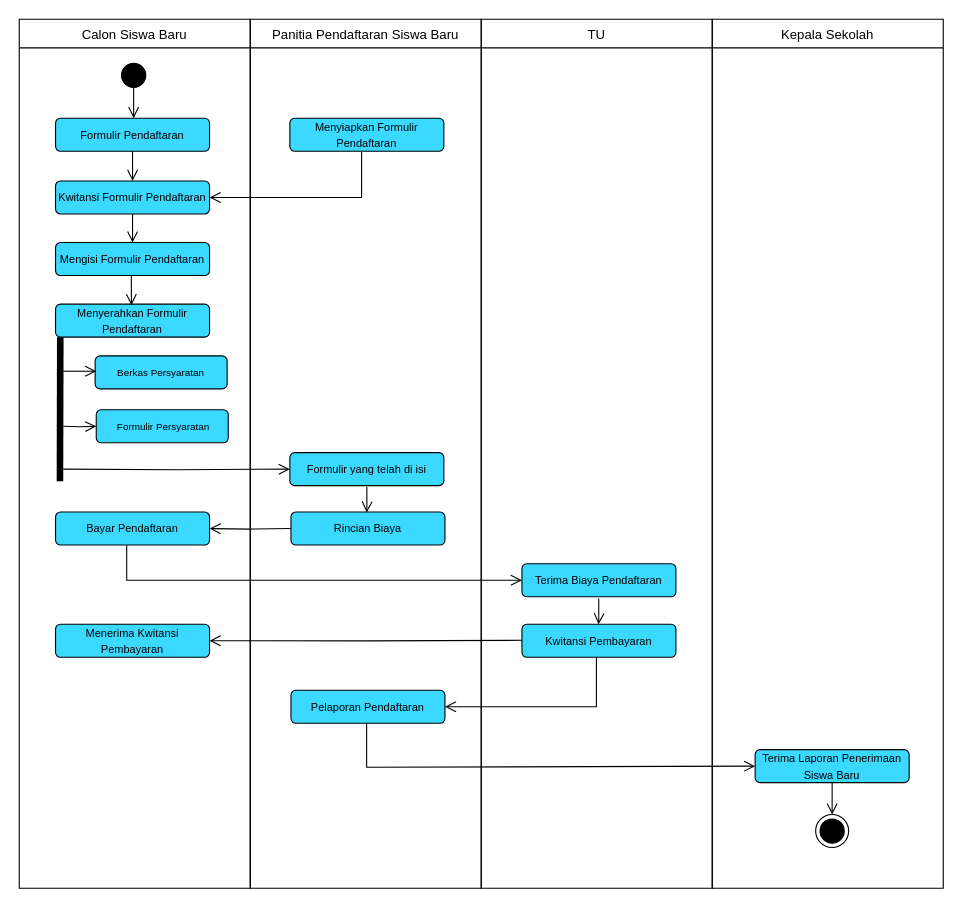
danangsptro/register-vhs keeps this draw.io diagram as activity.drawio. Above is the earlier version. Source tidied: cells renumbered, new cells numbered last; positions are measured from the earlier drawing's top-left corner, leaving out a move shared by most shapes. Both pictures are drawn from the tidied source at 110%, with x=0, y=0 at pixel (19, 19).
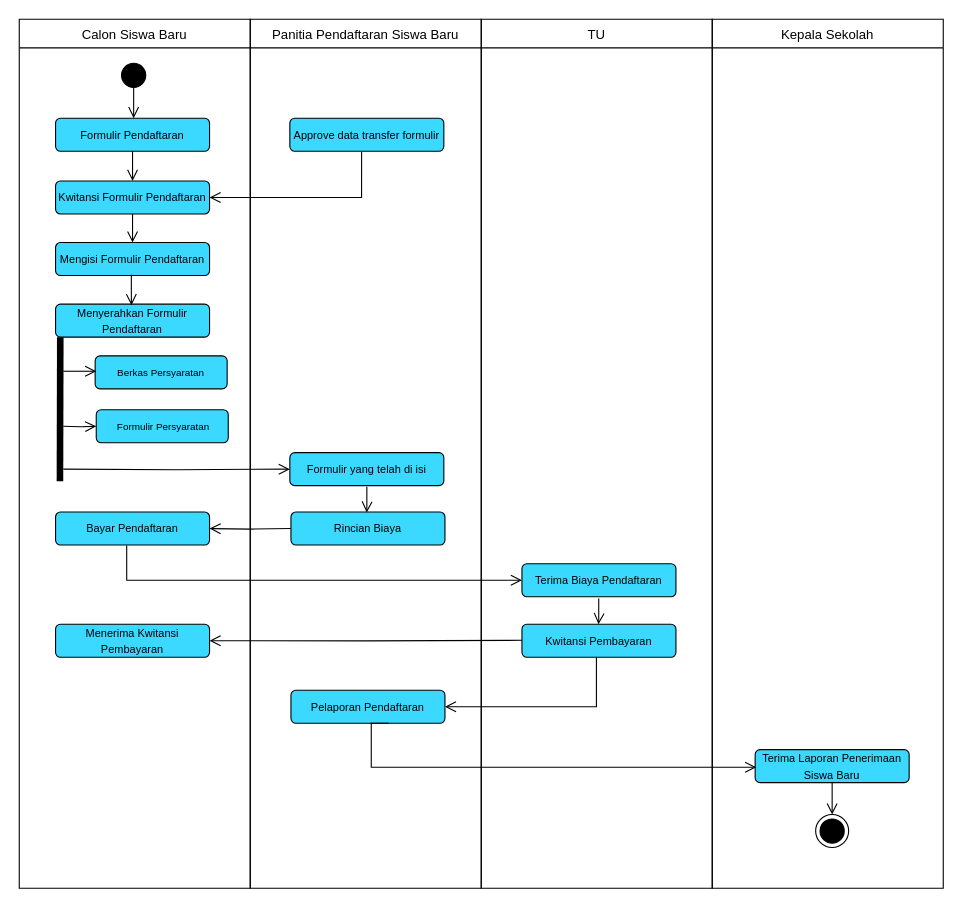
After the change.

The change refers to these unchanged cells:
```xml
<mxCell id="25" value="&lt;font style=&quot;font-size: 10px;&quot;&gt;Terima Laporan Penerimaan Siswa Baru&lt;/font&gt;" style="rounded=1;whiteSpace=wrap;html=1;strokeColor=default;fillColor=#3BD8FF;gradientColor=none;" parent="1" vertex="1">
  <mxGeometry x="669" y="664" width="140" height="30" as="geometry" />
</mxCell>
```

Diff of the diagram source:
```diff
@@
-    <mxCell id="12" value="&lt;font style=&quot;font-size: 10px;&quot;&gt;Menyiapkan Formulir Pendaftaran&lt;/font&gt;" style="rounded=1;whiteSpace=wrap;html=1;strokeColor=default;fillColor=#3BD8FF;gradientColor=none;" parent="1" vertex="1">
+    <mxCell id="12" value="&lt;font style=&quot;font-size: 10px;&quot;&gt;Approve data transfer formulir&lt;/font&gt;" style="rounded=1;whiteSpace=wrap;html=1;strokeColor=default;fillColor=#3BD8FF;gradientColor=none;" parent="1" vertex="1">
       <mxGeometry x="246" y="90" width="140" height="30" as="geometry" />
     </mxCell>
@@
-    <mxCell id="39" style="edgeStyle=orthogonalEdgeStyle;html=1;verticalAlign=bottom;endArrow=open;endSize=8;strokeColor=#000000;rounded=0;entryX=0;entryY=0.5;entryDx=0;entryDy=0;" parent="1" edge="1" target="25">
+    <mxCell id="39" style="edgeStyle=orthogonalEdgeStyle;html=1;verticalAlign=bottom;endArrow=open;endSize=8;strokeColor=#000000;rounded=0;" parent="1" edge="1">
       <mxGeometry relative="1" as="geometry">
-        <mxPoint x="315.8" y="640" as="sourcePoint" />
+        <mxPoint x="335.8" y="640" as="sourcePoint" />
+        <mxPoint x="670" y="680" as="targetPoint" />
         <Array as="points">
-          <mxPoint x="316" y="680" />
+          <mxPoint x="320" y="640" />
+          <mxPoint x="320" y="680" />
         </Array>
       </mxGeometry>
     </mxCell>
```
